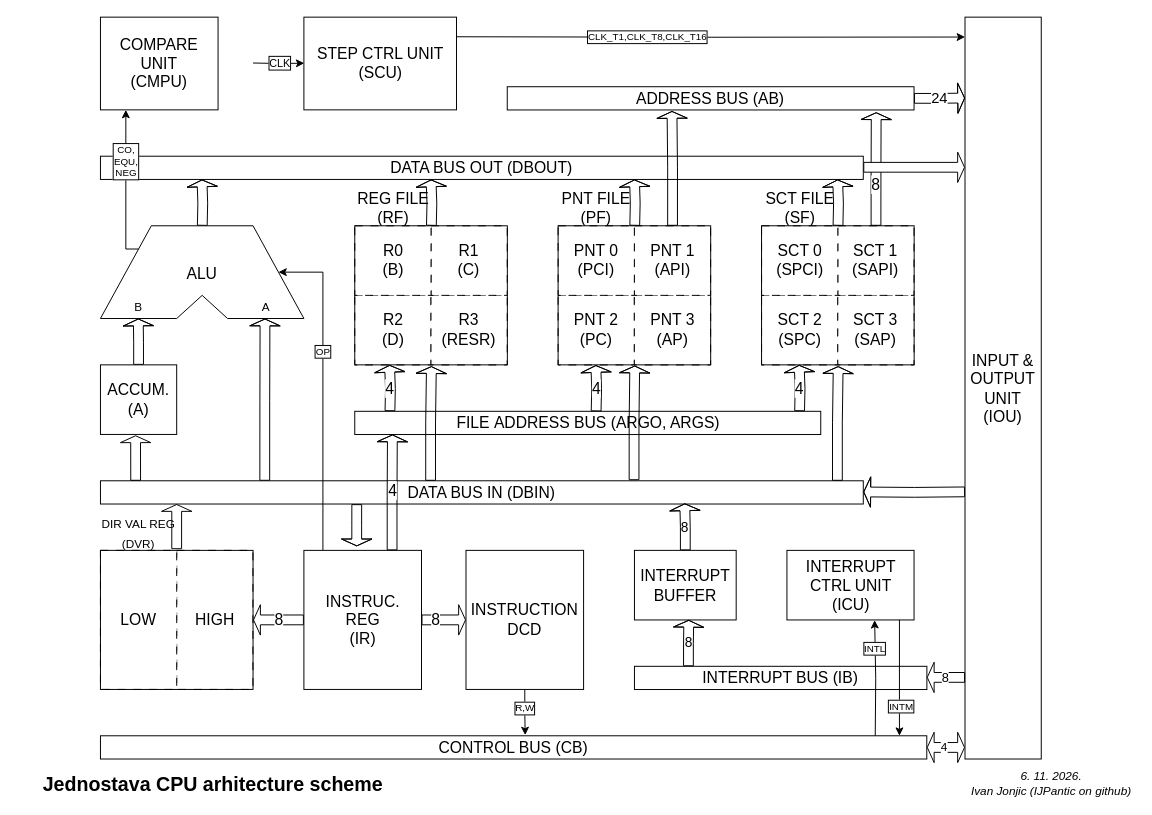
IJPantic/Jednostava_computer_project keeps this draw.io diagram as schemes/Jednostava_CPU_arhitecture_scheme.drawio. Above is the earlier version. Source tidied: cells renumbered, new cells numbered last; positions are measured from the earlier drawing's top-left corner, leaving out a move shared by most shapes. Both pictures are drawn from the tidied source at 98%, with x=0, y=0 at pixel (17, 17).
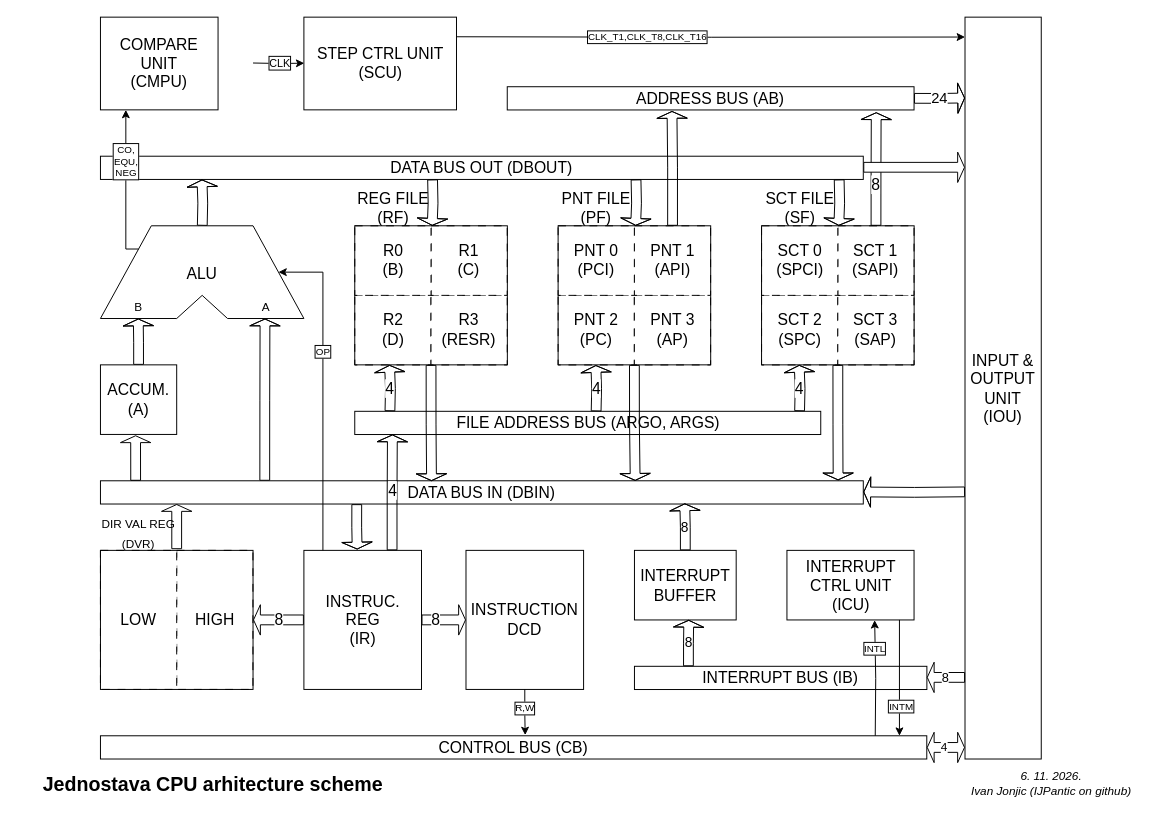
The same diagram, later.

Unchanged cells that the change refers to:
```xml
<mxCell id="8" value="DATA BUS IN (DB&lt;span style=&quot;background-color: transparent; color: light-dark(rgb(0, 0, 0), rgb(255, 255, 255));&quot;&gt;IN)&lt;/span&gt;" style="rounded=0;whiteSpace=wrap;html=1;points=[[0,0,0,0,0],[0,0.25,0,0,0],[0,0.5,0,0,0],[0,0.75,0,0,0],[0,1,0,0,0],[0.015385,0,0,0,0],[0.015385,1,0,0,0],[0.030769,0,0,0,0],[0.030769,1,0,0,0],[0.046154,0,0,0,0],[0.046154,1,0,0,0],[0.061538,0,0,0,0],[0.061538,1,0,0,0],[0.076923,0,0,0,0],[0.076923,1,0,0,0],[0.092308,0,0,0,0],[0.092308,1,0,0,0],[0.107692,0,0,0,0],[0.107692,1,0,0,0],[0.123077,0,0,0,0],[0.123077,1,0,0,0],[0.138462,0,0,0,0],[0.138462,1,0,0,0],[0.153846,0,0,0,0],[0.153846,1,0,0,0],[0.169231,0,0,0,0],[0.169231,1,0,0,0],[0.184615,0,0,0,0],[0.184615,1,0,0,0],[0.2,0,0,0,0],[0.2,1,0,0,0],[0.215385,0,0,0,0],[0.215385,1,0,0,0],[0.230769,0,0,0,0],[0.230769,1,0,0,0],[0.246154,0,0,0,0],[0.246154,1,0,0,0],[0.261538,0,0,0,0],[0.261538,1,0,0,0],[0.276923,0,0,0,0],[0.276923,1,0,0,0],[0.292308,0,0,0,0],[0.292308,1,0,0,0],[0.307692,0,0,0,0],[0.307692,1,0,0,0],[0.323077,0,0,0,0],[0.323077,1,0,0,0],[0.338462,0,0,0,0],[0.338462,1,0,0,0],[0.353846,0,0,0,0],[0.353846,1,0,0,0],[0.369231,0,0,0,0],[0.369231,1,0,0,0],[0.384615,0,0,0,0],[0.384615,1,0,0,0],[0.4,0,0,0,0],[0.4,1,0,0,0],[0.415385,0,0,0,0],[0.415385,1,0,0,0],[0.430769,0,0,0,0],[0.430769,1,0,0,0],[0.446154,0,0,0,0],[0.446154,1,0,0,0],[0.461538,0,0,0,0],[0.461538,1,0,0,0],[0.476923,0,0,0,0],[0.476923,1,0,0,0],[0.492308,0,0,0,0],[0.492308,1,0,0,0],[0.507692,0,0,0,0],[0.507692,1,0,0,0],[0.523077,0,0,0,0],[0.523077,1,0,0,0],[0.538462,0,0,0,0],[0.538462,1,0,0,0],[0.553846,0,0,0,0],[0.553846,1,0,0,0],[0.569231,0,0,0,0],[0.569231,1,0,0,0],[0.584615,0,0,0,0],[0.584615,1,0,0,0],[0.6,0,0,0,0],[0.6,1,0,0,0],[0.615385,0,0,0,0],[0.615385,1,0,0,0],[0.630769,0,0,0,0],[0.630769,1,0,0,0],[0.646154,0,0,0,0],[0.646154,1,0,0,0],[0.661538,0,0,0,0],[0.661538,1,0,0,0],[0.676923,0,0,0,0],[0.676923,1,0,0,0],[0.692308,0,0,0,0],[0.692308,1,0,0,0],[0.707692,0,0,0,0],[0.707692,1,0,0,0],[0.723077,0,0,0,0],[0.723077,1,0,0,0],[0.738462,0,0,0,0],[0.738462,1,0,0,0],[0.753846,0,0,0,0],[0.753846,1,0,0,0],[0.769231,0,0,0,0],[0.769231,1,0,0,0],[0.784615,0,0,0,0],[0.784615,1,0,0,0],[0.8,0,0,0,0],[0.8,1,0,0,0],[0.815385,0,0,0,0],[0.815385,1,0,0,0],[0.830769,0,0,0,0],[0.830769,1,0,0,0],[0.846154,0,0,0,0],[0.846154,1,0,0,0],[0.861538,0,0,0,0],[0.861538,1,0,0,0],[0.876923,0,0,0,0],[0.876923,1,0,0,0],[0.892308,0,0,0,0],[0.892308,1,0,0,0],[0.907692,0,0,0,0],[0.907692,1,0,0,0],[0.923077,0,0,0,0],[0.923077,1,0,0,0],[0.938462,0,0,0,0],[0.938462,1,0,0,0],[0.953846,0,0,0,0],[0.953846,1,0,0,0],[0.969231,0,0,0,0],[0.969231,1,0,0,0],[0.984615,0,0,0,0],[0.984615,1,0,0,0],[1,0,0,0,0],[1,0.25,0,0,0],[1,0.5,0,0,0],[1,0.75,0,0,0],[1,1,0,0,0]];fontSize=16;" parent="1" vertex="1">
  <mxGeometry x="85" y="473.1" width="778.4" height="23.7" as="geometry" />
</mxCell>
<mxCell id="16" style="rounded=0;whiteSpace=wrap;html=1;fillColor=none;fontSize=16;" parent="10" vertex="1">
  <mxGeometry y="35.5" width="155.7" height="141.9" as="geometry" />
</mxCell>
<mxCell id="24" style="rounded=0;whiteSpace=wrap;html=1;fillColor=none;fontSize=16;" parent="18" vertex="1">
  <mxGeometry y="35.5" width="155.7" height="141.9" as="geometry" />
</mxCell>
<mxCell id="31" style="rounded=0;whiteSpace=wrap;html=1;fillColor=none;fontSize=16;" parent="25" vertex="1">
  <mxGeometry y="35.5" width="155.7" height="141.9" as="geometry" />
</mxCell>
<mxCell id="44" value="INSTRUC.&lt;div&gt;REG&lt;/div&gt;&lt;div&gt;(IR)&lt;/div&gt;" style="rounded=0;whiteSpace=wrap;html=1;fontSize=16;" parent="1" vertex="1">
  <mxGeometry x="292.6" y="544.1" width="120" height="141.9" as="geometry" />
</mxCell>
```

What changed in the source:
```diff
@@
-    <mxCell id="34" style="edgeStyle=orthogonalEdgeStyle;rounded=0;orthogonalLoop=1;jettySize=auto;html=1;exitX=0.661538;exitY=0;exitDx=0;exitDy=0;exitPerimeter=0;entryX=0.533;entryY=1.009;entryDx=0;entryDy=0;entryPerimeter=0;jumpStyle=none;fontSize=16;shape=flexArrow;startSize=2;endSize=2;strokeWidth=1;" parent="1" edge="1">
+    <mxCell id="34" style="edgeStyle=orthogonalEdgeStyle;rounded=0;jettySize=auto;html=1;exitX=0.5;exitY=1;exitDx=0;exitDy=0;entryX=0.701;entryY=0.003;entryDx=0;entryDy=0;entryPerimeter=0;jumpStyle=none;fontSize=16;shape=flexArrow;startSize=2;endSize=2;strokeWidth=1;" parent="1" edge="1" source="24" target="8">
       <mxGeometry relative="1" as="geometry">
-        <mxPoint x="629.5" y="472.5" as="sourcePoint" />
-        <mxPoint x="630.2" y="355.5" as="targetPoint" />
         <Array as="points">
-          <mxPoint x="629.5" y="413.3" />
-          <mxPoint x="630.3" y="413.3" />
+          <mxPoint x="629.9" y="414.6" />
         </Array>
       </mxGeometry>
     </mxCell>
-    <mxCell id="35" style="edgeStyle=orthogonalEdgeStyle;rounded=0;orthogonalLoop=1;jettySize=auto;html=1;exitX=0.661538;exitY=0;exitDx=0;exitDy=0;exitPerimeter=0;entryX=0.533;entryY=1.009;entryDx=0;entryDy=0;entryPerimeter=0;jumpStyle=none;fontSize=16;shape=flexArrow;startSize=2;endSize=2;strokeWidth=1;" parent="1" edge="1">
-      <mxGeometry relative="1" as="geometry">
-        <mxPoint x="837" y="473.1" as="sourcePoint" />
-        <mxPoint x="837.8" y="356.1" as="targetPoint" />
+    <mxCell id="35" style="edgeStyle=orthogonalEdgeStyle;rounded=0;jettySize=auto;html=1;exitX=0.5;exitY=1;exitDx=0;exitDy=0;entryX=0.967;entryY=-0.018;entryDx=0;entryDy=0;entryPerimeter=0;jumpStyle=none;fontSize=16;shape=flexArrow;startSize=2;endSize=2;strokeWidth=1;" parent="1" edge="1" source="31" target="8">
+      <mxGeometry x="0.02" relative="1" as="geometry">
         <Array as="points">
-          <mxPoint x="837.1" y="414" />
-          <mxPoint x="837.8" y="414" />
+          <mxPoint x="837.4" y="415.3" />
         </Array>
       </mxGeometry>
     </mxCell>
-    <mxCell id="36" style="edgeStyle=orthogonalEdgeStyle;rounded=0;orthogonalLoop=1;jettySize=auto;html=1;exitX=0.661538;exitY=0;exitDx=0;exitDy=0;exitPerimeter=0;entryX=0.533;entryY=1.009;entryDx=0;entryDy=0;entryPerimeter=0;jumpStyle=none;fontSize=16;shape=flexArrow;startSize=2;endSize=2;strokeWidth=1;" parent="1" edge="1">
-      <mxGeometry relative="1" as="geometry">
-        <mxPoint x="421.9" y="473.1" as="sourcePoint" />
-        <mxPoint x="422.7" y="356.1" as="targetPoint" />
+    <mxCell id="36" style="edgeStyle=orthogonalEdgeStyle;rounded=0;jettySize=auto;html=1;exitX=0.5;exitY=1;exitDx=0;exitDy=0;jumpStyle=none;fontSize=16;shape=flexArrow;startSize=2;endSize=2;strokeWidth=1;entryX=0.434;entryY=0.015;entryDx=0;entryDy=0;entryPerimeter=0;" parent="1" edge="1" source="16" target="8">
+      <mxGeometry x="0.01" relative="1" as="geometry">
         <Array as="points">
-          <mxPoint x="421.9" y="414" />
-          <mxPoint x="422.7" y="414" />
+          <mxPoint x="422.3" y="415.3" />
         </Array>
       </mxGeometry>
     </mxCell>
@@
     <mxCell id="38" style="edgeStyle=orthogonalEdgeStyle;rounded=0;orthogonalLoop=1;jettySize=auto;html=1;exitX=0.5;exitY=0;exitDx=0;exitDy=0;fontSize=16;shape=flexArrow;startSize=2;endSize=2;strokeWidth=1;" parent="1" edge="1">
       <mxGeometry relative="1" as="geometry">
-        <mxPoint x="422.7" y="212.9" as="sourcePoint" />
-        <mxPoint x="422.3" y="165.6" as="targetPoint" />
+        <mxPoint x="423.9" y="165.6" as="sourcePoint" />
+        <mxPoint x="423.5" y="212.9" as="targetPoint" />
       </mxGeometry>
     </mxCell>
     <mxCell id="39" style="edgeStyle=orthogonalEdgeStyle;rounded=0;orthogonalLoop=1;jettySize=auto;html=1;exitX=0.5;exitY=0;exitDx=0;exitDy=0;fontSize=16;shape=flexArrow;startSize=2;endSize=2;strokeWidth=1;" parent="1" edge="1">
       <mxGeometry relative="1" as="geometry">
-        <mxPoint x="630.2" y="212.9" as="sourcePoint" />
-        <mxPoint x="629.9" y="165.6" as="targetPoint" />
+        <mxPoint x="631.5" y="165.6" as="sourcePoint" />
+        <mxPoint x="631.1" y="212.9" as="targetPoint" />
       </mxGeometry>
     </mxCell>
     <mxCell id="40" style="edgeStyle=orthogonalEdgeStyle;rounded=0;orthogonalLoop=1;jettySize=auto;html=1;exitX=0.5;exitY=0;exitDx=0;exitDy=0;fontSize=16;shape=flexArrow;startSize=2;endSize=2;strokeWidth=1;" parent="1" edge="1">
       <mxGeometry relative="1" as="geometry">
-        <mxPoint x="837.6" y="212.9" as="sourcePoint" />
-        <mxPoint x="837.2" y="165.6" as="targetPoint" />
+        <mxPoint x="838.8" y="165.6" as="sourcePoint" />
+        <mxPoint x="838.4" y="212.9" as="targetPoint" />
       </mxGeometry>
     </mxCell>
@@
-    <mxCell id="66" style="edgeStyle=orthogonalEdgeStyle;rounded=0;jettySize=auto;html=1;exitX=0.336;exitY=1.006;exitDx=0;exitDy=0;exitPerimeter=0;defaultLabelBackgroundColor=page;shape=flexArrow;startSize=2;endSize=2;strokeWidth=1;" parent="1" edge="1" source="8">
-      <mxGeometry relative="1" as="geometry">
-        <mxPoint x="346.5" y="540" as="targetPoint" />
-      </mxGeometry>
+    <mxCell id="66" style="edgeStyle=orthogonalEdgeStyle;rounded=0;jettySize=auto;html=1;exitX=0.336;exitY=1.006;exitDx=0;exitDy=0;exitPerimeter=0;defaultLabelBackgroundColor=page;shape=flexArrow;startSize=2;endSize=2;strokeWidth=1;entryX=0.453;entryY=-0.006;entryDx=0;entryDy=0;entryPerimeter=0;" parent="1" edge="1" source="8" target="44">
+      <mxGeometry x="-0.06" relative="1" as="geometry" />
     </mxCell>
```
